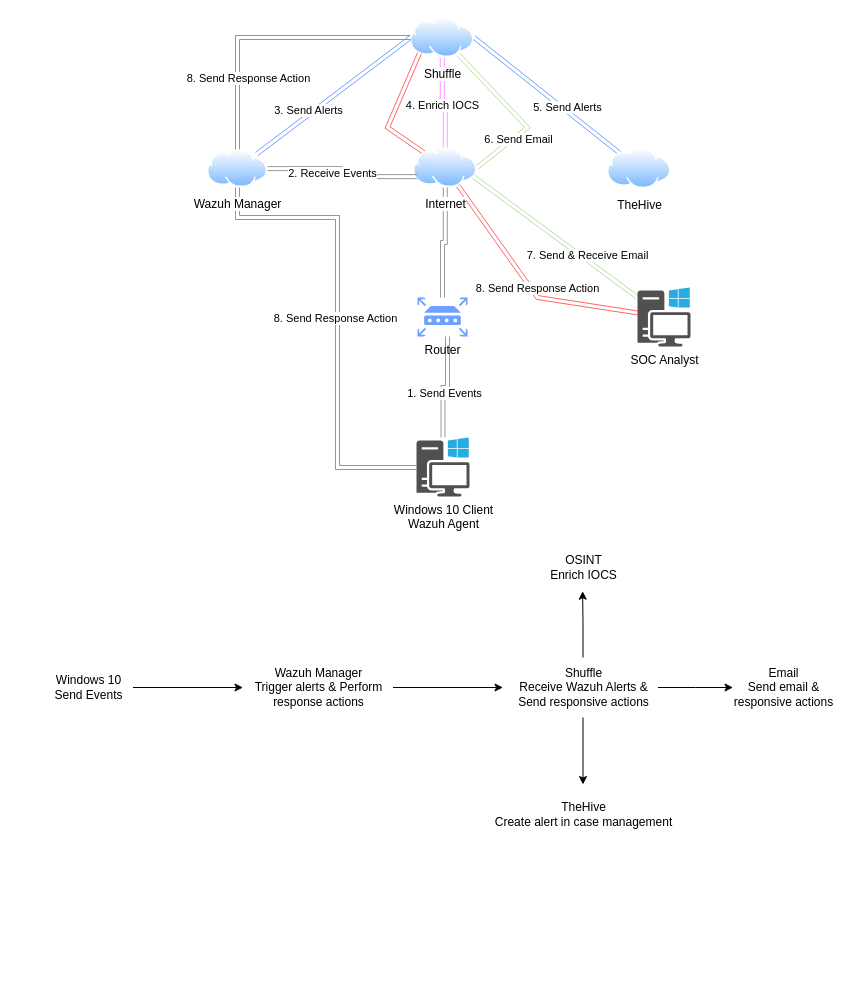
The draw.io diagram SOC home lab.drawio in cubanrice/cubanrice.github.io, before the edit. Source tidied: cells renumbered, new cells numbered last; positions are measured from the earlier drawing's top-left corner, leaving out a move shared by most shapes. Both pictures are drawn from the tidied source at 100%, with x=0, y=0 at pixel (43, 17).
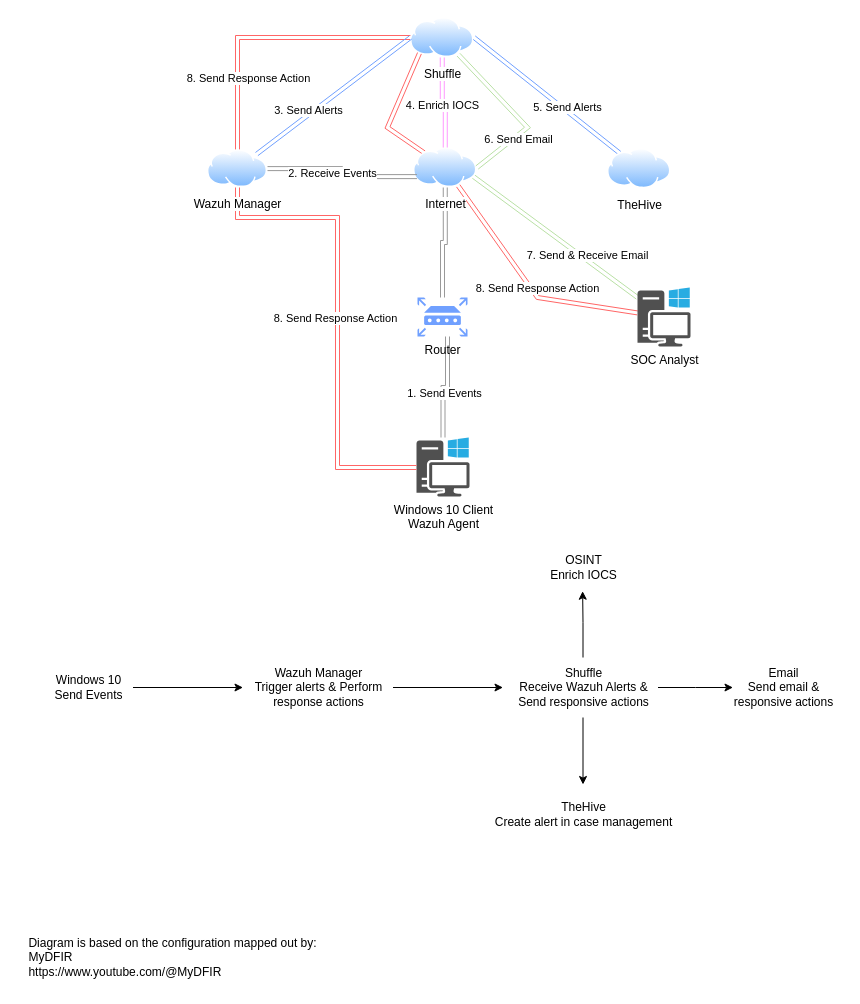
After the change.

Change to the diagram source:
```diff
@@
+    <mxCell id="42" value="&lt;div style=&quot;text-align: left;&quot;&gt;Diagram is based on the configuration mapped out by:&lt;/div&gt;&lt;div style=&quot;text-align: left;&quot;&gt;MyDFIR&lt;/div&gt;&lt;div style=&quot;text-align: left;&quot;&gt;https://www.youtube.com/@MyDFIR&lt;br&gt;&lt;/div&gt;" style="text;html=1;align=center;verticalAlign=middle;strokeColor=none;fillColor=none;" parent="1" vertex="1">
+      <mxGeometry x="-26" y="910" width="310" height="60" as="geometry" />
+    </mxCell>
```
